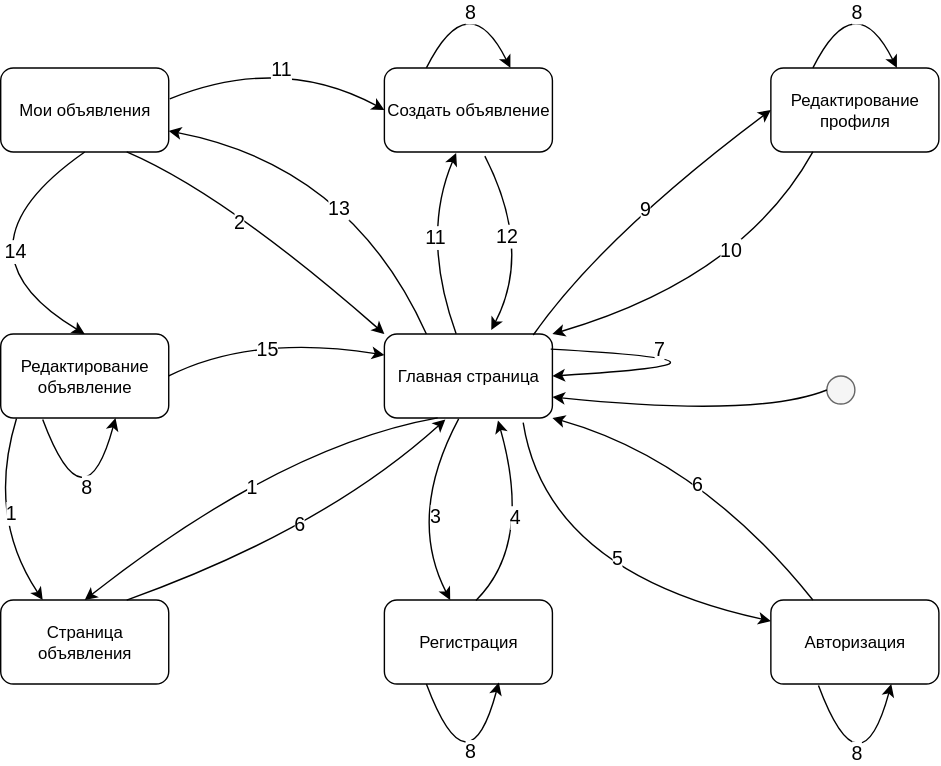
Earlier version of the draw.io export docs/Граф состояний интерфейса переходы цифрами.svg (cod1ng-space/avito-clone). Source tidied: cells renumbered, new cells last; positions are measured from the earlier drawing's top-left corner, leaving out a move shared by most shapes.
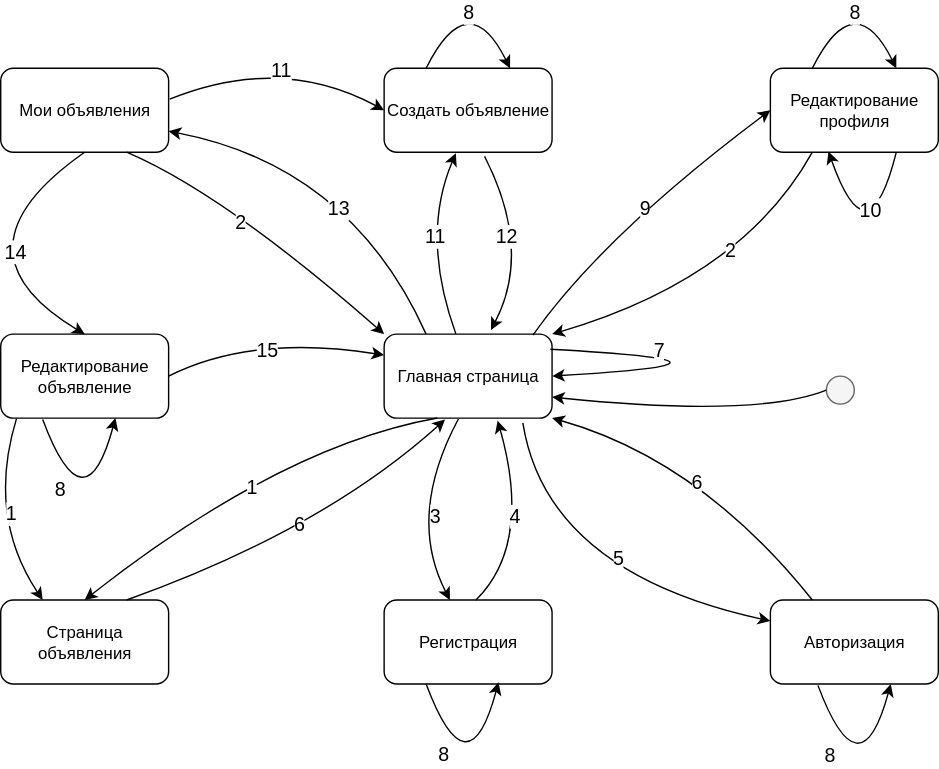
The same diagram one commit later.

What changed in the source:
```diff
@@ -208,7 +208,7 @@
         </Array>
       </mxGeometry>
     </mxCell>
-    <mxCell id="41" value="10" style="edgeLabel;html=1;align=center;verticalAlign=middle;fontSize=14;" parent="40" vertex="1">
+    <mxCell id="41" value="2" style="edgeLabel;html=1;align=center;verticalAlign=middle;fontSize=14;" parent="40" vertex="1">
       <mxGeometry x="-0.24" y="5" relative="1" as="geometry">
         <mxPoint x="-19" y="-14" as="offset" />
       </mxGeometry>
@@ -301,5 +301,17 @@
     <mxCell id="55" value="1" style="edgeLabel;html=1;align=center;verticalAlign=middle;fontSize=14;" parent="54" vertex="1">
       <mxGeometry x="-0.1" y="15" relative="1" as="geometry" />
     </mxCell>
+    <mxCell id="56" style="curved=1;endArrow=classic;html=1;rounded=0;exitX=0.75;exitY=1;exitDx=0;exitDy=0;entryX=0.346;entryY=0.992;entryDx=0;entryDy=0;entryPerimeter=0;" parent="1" edge="1" source="9" target="9">
+      <mxGeometry relative="1" as="geometry">
+        <Array as="points">
+          <mxPoint x="660" y="200" />
+        </Array>
+      </mxGeometry>
+    </mxCell>
+    <mxCell id="57" value="10" style="edgeLabel;html=1;align=center;verticalAlign=middle;fontSize=14;" parent="56" vertex="1">
+      <mxGeometry x="-0.24" y="5" relative="1" as="geometry">
+        <mxPoint x="-9" y="-23" as="offset" />
+      </mxGeometry>
+    </mxCell>
   </root>
 </mxGraphModel>
```
